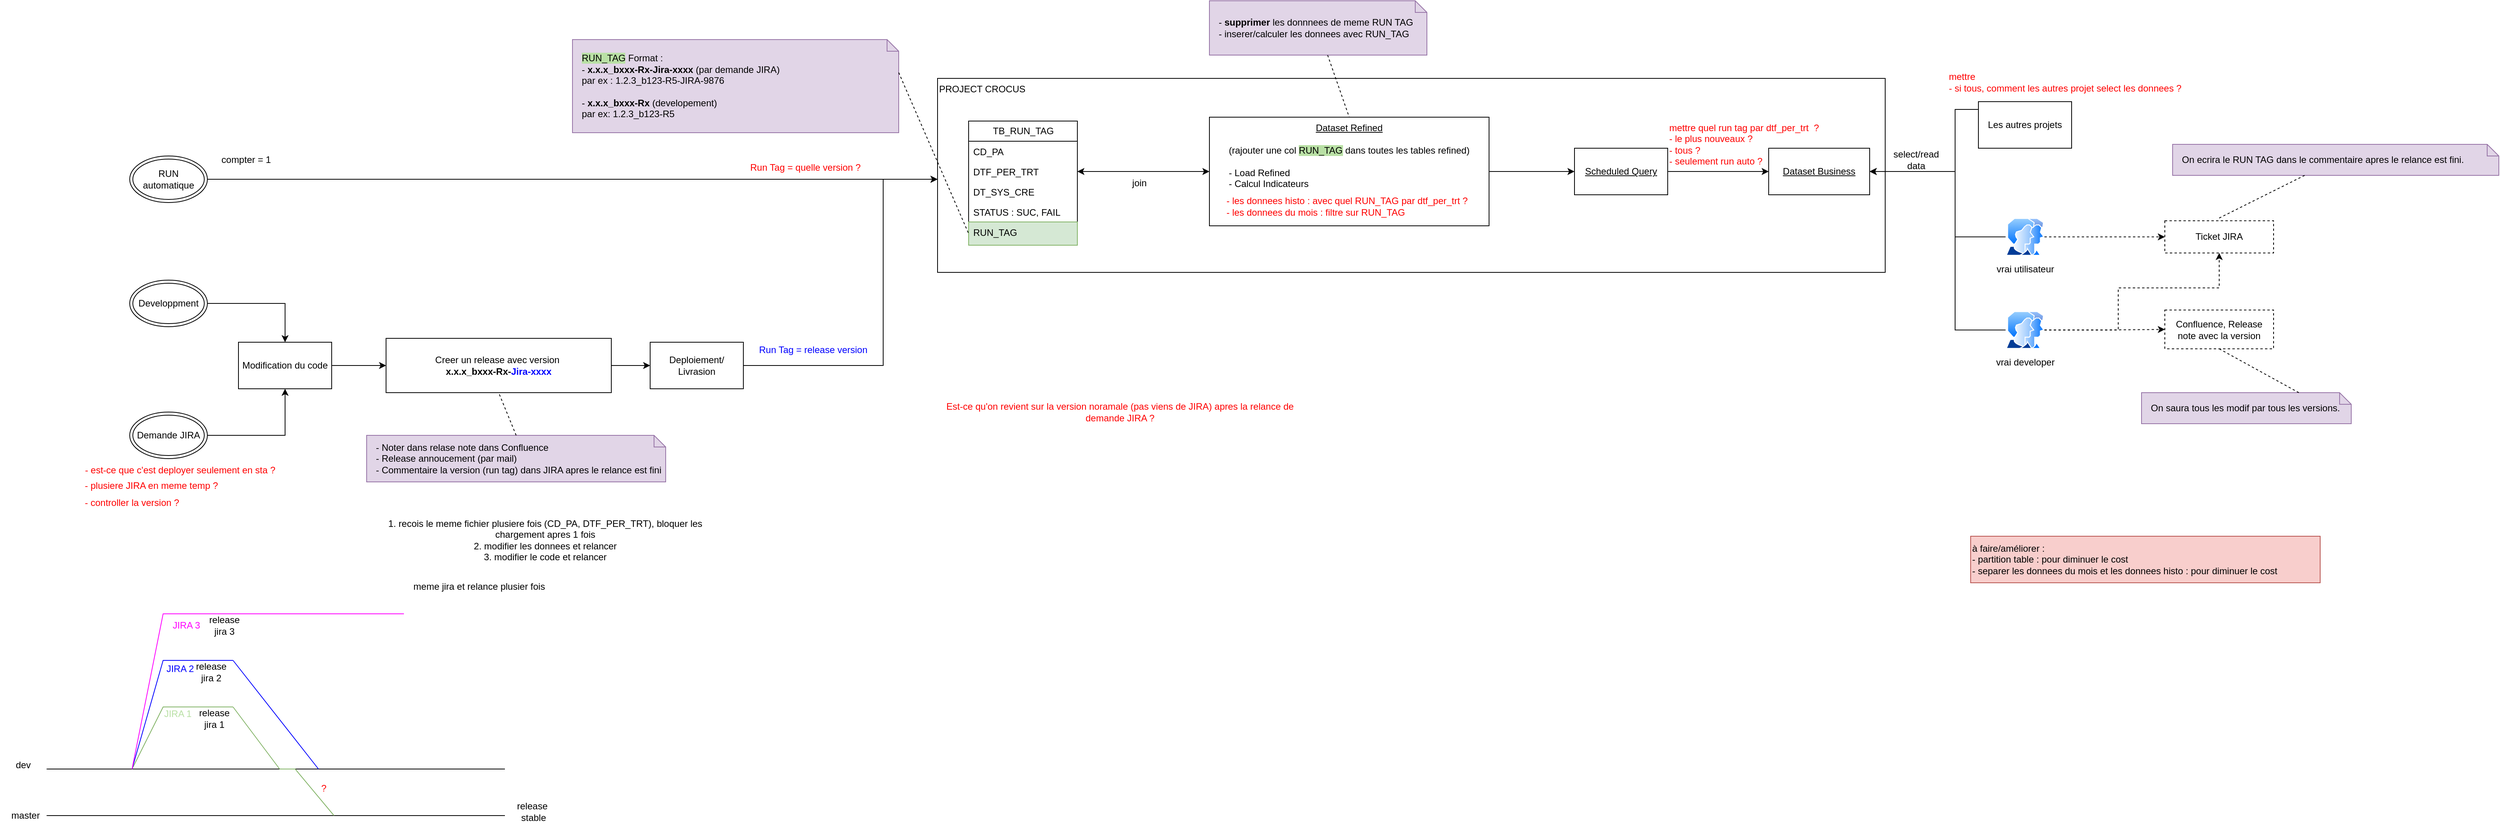
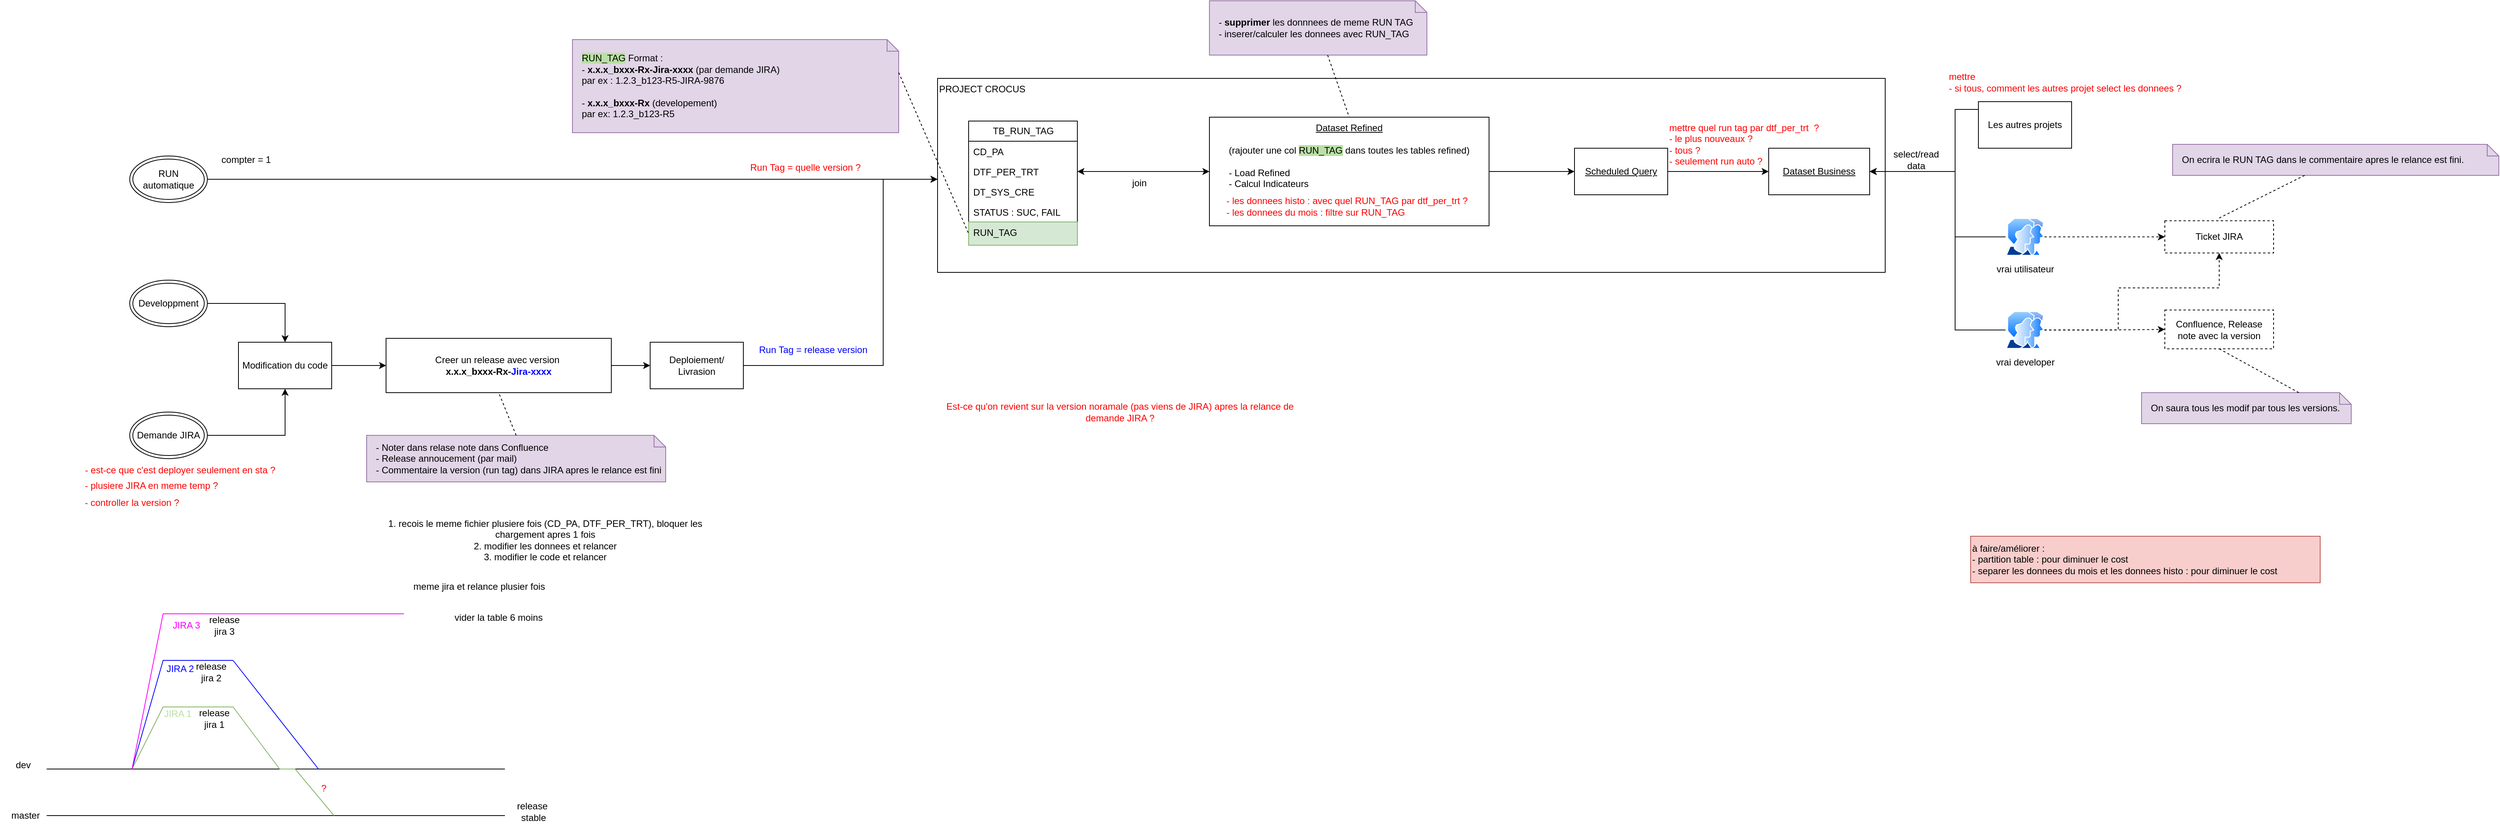
<mxfile host="app.diagrams.net">
  <diagram name="Page-1" id="bEAYSmEDHXBXhFzCy1HB">
-     <mxGraphModel dx="2077" dy="608" grid="1" gridSize="10" guides="1" tooltips="1" connect="1" arrows="1" fold="1" page="1" pageScale="1" pageWidth="827" pageHeight="1169" math="0" shadow="0">
+     <mxGraphModel dx="2481" dy="918" grid="1" gridSize="10" guides="1" tooltips="1" connect="1" arrows="1" fold="1" page="1" pageScale="1" pageWidth="827" pageHeight="1169" math="0" shadow="0">
      <root>
        <mxCell id="0" />
        <mxCell id="1" parent="0" />
        <mxCell id="QUzsFoNl6aFI_2ed8XXq-13" parent="1" style="rounded=0;whiteSpace=wrap;html=1;align=left;verticalAlign=top;" value="PROJECT CROCUS" vertex="1">
          <mxGeometry height="250" width="1220" x="380" y="140" as="geometry" />
        </mxCell>
        <mxCell id="QUzsFoNl6aFI_2ed8XXq-1" parent="1" style="swimlane;fontStyle=0;childLayout=stackLayout;horizontal=1;startSize=26;fillColor=none;horizontalStack=0;resizeParent=1;resizeParentMax=0;resizeLast=0;collapsible=1;marginBottom=0;html=1;" value="TB_RUN_TAG" vertex="1">
          <mxGeometry height="160" width="140" x="420" y="195" as="geometry" />
        </mxCell>
        <mxCell id="QUzsFoNl6aFI_2ed8XXq-2" parent="QUzsFoNl6aFI_2ed8XXq-1" style="text;strokeColor=none;fillColor=none;align=left;verticalAlign=top;spacingLeft=4;spacingRight=4;overflow=hidden;rotatable=0;points=[[0,0.5],[1,0.5]];portConstraint=eastwest;whiteSpace=wrap;html=1;" value="CD_PA" vertex="1">
          <mxGeometry height="26" width="140" y="26" as="geometry" />
        </mxCell>
        <mxCell id="QUzsFoNl6aFI_2ed8XXq-3" parent="QUzsFoNl6aFI_2ed8XXq-1" style="text;strokeColor=none;fillColor=none;align=left;verticalAlign=top;spacingLeft=4;spacingRight=4;overflow=hidden;rotatable=0;points=[[0,0.5],[1,0.5]];portConstraint=eastwest;whiteSpace=wrap;html=1;" value="DTF_PER_TRT" vertex="1">
          <mxGeometry height="26" width="140" y="52" as="geometry" />
        </mxCell>
        <mxCell id="QUzsFoNl6aFI_2ed8XXq-4" parent="QUzsFoNl6aFI_2ed8XXq-1" style="text;strokeColor=none;fillColor=none;align=left;verticalAlign=top;spacingLeft=4;spacingRight=4;overflow=hidden;rotatable=0;points=[[0,0.5],[1,0.5]];portConstraint=eastwest;whiteSpace=wrap;html=1;" value="DT_SYS_CRE" vertex="1">
          <mxGeometry height="26" width="140" y="78" as="geometry" />
        </mxCell>
        <mxCell id="QUzsFoNl6aFI_2ed8XXq-105" parent="QUzsFoNl6aFI_2ed8XXq-1" style="text;strokeColor=none;fillColor=none;align=left;verticalAlign=top;spacingLeft=4;spacingRight=4;overflow=hidden;rotatable=0;points=[[0,0.5],[1,0.5]];portConstraint=eastwest;whiteSpace=wrap;html=1;" value="STATUS : SUC, FAIL" vertex="1">
          <mxGeometry height="26" width="140" y="104" as="geometry" />
        </mxCell>
        <mxCell id="QUzsFoNl6aFI_2ed8XXq-5" parent="QUzsFoNl6aFI_2ed8XXq-1" style="text;strokeColor=#82b366;fillColor=#d5e8d4;align=left;verticalAlign=top;spacingLeft=4;spacingRight=4;overflow=hidden;rotatable=0;points=[[0,0.5],[1,0.5]];portConstraint=eastwest;whiteSpace=wrap;html=1;" value="RUN_TAG" vertex="1">
          <mxGeometry height="30" width="140" y="130" as="geometry" />
        </mxCell>
        <mxCell id="QUzsFoNl6aFI_2ed8XXq-7" parent="1" style="shape=note;size=15;align=left;spacingLeft=10;html=1;whiteSpace=wrap;fillColor=#e1d5e7;strokeColor=#9673a6;" value="&lt;span style=&quot;background-color: rgb(185, 224, 165);&quot;&gt;RUN_TAG&lt;/span&gt; Format :&amp;nbsp;&lt;div&gt;- &lt;b&gt;x.x.x_bxxx-Rx-Jira-xxxx&lt;/b&gt; (par demande JIRA)&amp;nbsp;&lt;/div&gt;&lt;div&gt;par ex : 1.2.3_b123-R5-JIRA-9876&lt;/div&gt;&lt;div&gt;&lt;br&gt;&lt;/div&gt;&lt;div&gt;-&lt;b&gt; x.x.x_bxxx-Rx&lt;/b&gt; (developement)&lt;/div&gt;&lt;div&gt;&lt;span style=&quot;background-color: transparent; color: light-dark(rgb(0, 0, 0), rgb(255, 255, 255));&quot;&gt;par ex: 1.2.3_b123-R5&lt;/span&gt;&lt;/div&gt;" vertex="1">
          <mxGeometry height="120" width="420" x="-90" y="90" as="geometry" />
        </mxCell>
        <mxCell id="QUzsFoNl6aFI_2ed8XXq-8" edge="1" parent="1" source="QUzsFoNl6aFI_2ed8XXq-7" style="edgeStyle=none;endArrow=none;exitX=0;exitY=0;dashed=1;html=1;rounded=0;entryX=0;entryY=0.5;entryDx=0;entryDy=0;exitDx=420;exitDy=42.5;exitPerimeter=0;" target="QUzsFoNl6aFI_2ed8XXq-5" value="">
          <mxGeometry relative="1" x="1" as="geometry">
            <mxPoint x="590" y="660" as="targetPoint" />
          </mxGeometry>
        </mxCell>
        <mxCell id="QUzsFoNl6aFI_2ed8XXq-10" parent="1" style="rounded=0;whiteSpace=wrap;html=1;dashed=1;" value="Confluence, Release note avec la v&lt;span style=&quot;background-color: transparent; color: light-dark(rgb(0, 0, 0), rgb(255, 255, 255));&quot;&gt;ersion&lt;/span&gt;" vertex="1">
          <mxGeometry height="50" width="140" x="1960" y="438.5" as="geometry" />
        </mxCell>
        <mxCell id="QUzsFoNl6aFI_2ed8XXq-11" parent="1" style="rounded=0;whiteSpace=wrap;html=1;dashed=1;" value="Ticket JIRA" vertex="1">
          <mxGeometry height="41.5" width="140" x="1960" y="323.5" as="geometry" />
        </mxCell>
        <mxCell id="QUzsFoNl6aFI_2ed8XXq-42" edge="1" parent="1" source="QUzsFoNl6aFI_2ed8XXq-12" style="edgeStyle=orthogonalEdgeStyle;rounded=0;orthogonalLoop=1;jettySize=auto;html=1;entryX=1;entryY=0.5;entryDx=0;entryDy=0;startArrow=classic;startFill=1;" target="QUzsFoNl6aFI_2ed8XXq-3">
          <mxGeometry relative="1" as="geometry" />
        </mxCell>
        <mxCell id="QUzsFoNl6aFI_2ed8XXq-50" edge="1" parent="1" source="QUzsFoNl6aFI_2ed8XXq-12" style="edgeStyle=orthogonalEdgeStyle;rounded=0;orthogonalLoop=1;jettySize=auto;html=1;" target="QUzsFoNl6aFI_2ed8XXq-46">
          <mxGeometry relative="1" as="geometry">
            <Array as="points" />
          </mxGeometry>
        </mxCell>
        <mxCell id="QUzsFoNl6aFI_2ed8XXq-12" parent="1" style="rounded=0;whiteSpace=wrap;html=1;verticalAlign=top;" value="&lt;u&gt;Dataset Refined&lt;/u&gt;&lt;div&gt;&lt;u&gt;&lt;br&gt;&lt;/u&gt;&lt;div&gt;(rajouter une col &lt;span style=&quot;background-color: rgb(185, 224, 165);&quot;&gt;RUN_TAG&lt;/span&gt;&lt;span&gt; &lt;/span&gt;dans toutes les tables refined)&lt;/div&gt;&lt;div&gt;&lt;br&gt;&lt;/div&gt;&lt;div style=&quot;text-align: left;&quot;&gt;- Load Refined&amp;nbsp; &amp;nbsp; &amp;nbsp; &amp;nbsp;&lt;/div&gt;&lt;div style=&quot;text-align: left;&quot;&gt;- Calcul Indicateurs&lt;/div&gt;&lt;/div&gt;" vertex="1">
          <mxGeometry height="140" width="360" x="730" y="190" as="geometry" />
        </mxCell>
        <mxCell id="QUzsFoNl6aFI_2ed8XXq-27" edge="1" parent="1" source="QUzsFoNl6aFI_2ed8XXq-33" style="edgeStyle=orthogonalEdgeStyle;rounded=0;orthogonalLoop=1;jettySize=auto;html=1;entryX=0.5;entryY=0;entryDx=0;entryDy=0;" target="QUzsFoNl6aFI_2ed8XXq-23">
          <mxGeometry relative="1" as="geometry">
            <mxPoint x="-760" y="325" as="sourcePoint" />
          </mxGeometry>
        </mxCell>
        <mxCell id="QUzsFoNl6aFI_2ed8XXq-29" edge="1" parent="1" source="QUzsFoNl6aFI_2ed8XXq-34" style="edgeStyle=orthogonalEdgeStyle;rounded=0;orthogonalLoop=1;jettySize=auto;html=1;entryX=0.5;entryY=1;entryDx=0;entryDy=0;" target="QUzsFoNl6aFI_2ed8XXq-23">
          <mxGeometry relative="1" as="geometry">
            <mxPoint x="-820" y="785" as="sourcePoint" />
          </mxGeometry>
        </mxCell>
        <mxCell id="QUzsFoNl6aFI_2ed8XXq-19" parent="1" style="text;html=1;whiteSpace=wrap;strokeColor=none;fillColor=none;align=center;verticalAlign=middle;rounded=0;fontColor=#0000FF;" value="&lt;font style=&quot;color: rgb(255, 0, 0);&quot;&gt;Run Tag = quelle version ?&lt;/font&gt;" vertex="1">
          <mxGeometry height="30" width="200" x="110" y="240" as="geometry" />
        </mxCell>
        <mxCell id="QUzsFoNl6aFI_2ed8XXq-28" edge="1" parent="1" source="QUzsFoNl6aFI_2ed8XXq-23" style="edgeStyle=orthogonalEdgeStyle;rounded=0;orthogonalLoop=1;jettySize=auto;html=1;" target="QUzsFoNl6aFI_2ed8XXq-25">
          <mxGeometry relative="1" as="geometry" />
        </mxCell>
        <mxCell id="QUzsFoNl6aFI_2ed8XXq-23" parent="1" style="rounded=0;whiteSpace=wrap;html=1;" value="Modification du code" vertex="1">
          <mxGeometry height="60" width="120" x="-520" y="480" as="geometry" />
        </mxCell>
        <mxCell id="QUzsFoNl6aFI_2ed8XXq-31" edge="1" parent="1" source="QUzsFoNl6aFI_2ed8XXq-24" style="edgeStyle=orthogonalEdgeStyle;rounded=0;orthogonalLoop=1;jettySize=auto;html=1;" target="QUzsFoNl6aFI_2ed8XXq-13">
          <mxGeometry relative="1" as="geometry">
            <Array as="points">
              <mxPoint x="310" y="510" />
              <mxPoint x="310" y="270" />
            </Array>
          </mxGeometry>
        </mxCell>
        <mxCell id="QUzsFoNl6aFI_2ed8XXq-24" parent="1" style="rounded=0;whiteSpace=wrap;html=1;" value="Deploiement/ Livrasion" vertex="1">
          <mxGeometry height="60" width="120" x="10" y="480" as="geometry" />
        </mxCell>
        <mxCell id="QUzsFoNl6aFI_2ed8XXq-30" edge="1" parent="1" source="QUzsFoNl6aFI_2ed8XXq-25" style="edgeStyle=orthogonalEdgeStyle;rounded=0;orthogonalLoop=1;jettySize=auto;html=1;entryX=0;entryY=0.5;entryDx=0;entryDy=0;" target="QUzsFoNl6aFI_2ed8XXq-24">
          <mxGeometry relative="1" as="geometry" />
        </mxCell>
        <mxCell id="QUzsFoNl6aFI_2ed8XXq-25" parent="1" style="rounded=0;whiteSpace=wrap;html=1;" value="Creer un release avec version&amp;nbsp;&lt;div&gt;&lt;span style=&quot;text-align: left;&quot;&gt;&lt;b&gt;x.x.x_bxxx-Rx-&lt;font style=&quot;color: rgb(0, 0, 255);&quot;&gt;Jira-xxxx&lt;/font&gt;&lt;/b&gt;&lt;/span&gt;&lt;/div&gt;" vertex="1">
          <mxGeometry height="70" width="290" x="-330" y="475" as="geometry" />
        </mxCell>
        <mxCell id="QUzsFoNl6aFI_2ed8XXq-33" parent="1" style="ellipse;shape=doubleEllipse;whiteSpace=wrap;html=1;" value="Developpment" vertex="1">
          <mxGeometry height="60" width="100" x="-660" y="400" as="geometry" />
        </mxCell>
        <mxCell id="QUzsFoNl6aFI_2ed8XXq-34" parent="1" style="ellipse;shape=doubleEllipse;whiteSpace=wrap;html=1;" value="Demande JIRA" vertex="1">
          <mxGeometry height="60" width="100" x="-660" y="570" as="geometry" />
        </mxCell>
        <mxCell id="QUzsFoNl6aFI_2ed8XXq-36" edge="1" parent="1" source="QUzsFoNl6aFI_2ed8XXq-35" style="edgeStyle=orthogonalEdgeStyle;rounded=0;orthogonalLoop=1;jettySize=auto;html=1;" target="QUzsFoNl6aFI_2ed8XXq-13">
          <mxGeometry relative="1" as="geometry">
            <Array as="points">
              <mxPoint x="40" y="270" />
              <mxPoint x="40" y="270" />
            </Array>
          </mxGeometry>
        </mxCell>
        <mxCell id="QUzsFoNl6aFI_2ed8XXq-35" parent="1" style="ellipse;shape=doubleEllipse;whiteSpace=wrap;html=1;" value="RUN automatique" vertex="1">
          <mxGeometry height="60" width="100" x="-660" y="240" as="geometry" />
        </mxCell>
        <mxCell id="QUzsFoNl6aFI_2ed8XXq-37" parent="1" style="text;html=1;whiteSpace=wrap;strokeColor=none;fillColor=none;align=center;verticalAlign=middle;rounded=0;fontColor=#0000FF;" value="Run Tag = release version" vertex="1">
          <mxGeometry height="30" width="200" x="120" y="475" as="geometry" />
        </mxCell>
        <mxCell id="QUzsFoNl6aFI_2ed8XXq-38" parent="1" style="shape=note;size=15;align=left;spacingLeft=10;html=1;whiteSpace=wrap;fillColor=#e1d5e7;strokeColor=#9673a6;" value="- Noter dans relase note dans Confluence&lt;div&gt;- Release annoucement (par mail)&lt;/div&gt;&lt;div&gt;- Commentaire la version (run tag) dans JIRA apres le relance est fini&lt;/div&gt;" vertex="1">
          <mxGeometry height="60" width="385" x="-355" y="600" as="geometry" />
        </mxCell>
        <mxCell id="QUzsFoNl6aFI_2ed8XXq-39" edge="1" parent="1" source="QUzsFoNl6aFI_2ed8XXq-38" style="edgeStyle=none;endArrow=none;exitX=0.5;exitY=0;dashed=1;html=1;rounded=0;entryX=0.5;entryY=1;entryDx=0;entryDy=0;exitDx=0;exitDy=0;exitPerimeter=0;" target="QUzsFoNl6aFI_2ed8XXq-25" value="">
          <mxGeometry relative="1" x="1" as="geometry">
            <mxPoint x="710" y="660" as="sourcePoint" />
            <mxPoint x="762" y="510" as="targetPoint" />
          </mxGeometry>
        </mxCell>
        <mxCell id="QUzsFoNl6aFI_2ed8XXq-40" parent="1" style="shape=note;size=15;align=left;spacingLeft=10;html=1;whiteSpace=wrap;fillColor=#e1d5e7;strokeColor=#9673a6;" value="- &lt;b&gt;supprimer &lt;/b&gt;les donnnees de meme RUN TAG&lt;div&gt;- inserer/calculer les donnees avec RUN_TAG&lt;/div&gt;" vertex="1">
          <mxGeometry height="70" width="280" x="730" y="40" as="geometry" />
        </mxCell>
        <mxCell id="QUzsFoNl6aFI_2ed8XXq-41" edge="1" parent="1" source="QUzsFoNl6aFI_2ed8XXq-40" style="edgeStyle=none;endArrow=none;dashed=1;html=1;rounded=0;entryX=0.5;entryY=0;entryDx=0;entryDy=0;" target="QUzsFoNl6aFI_2ed8XXq-12" value="">
          <mxGeometry relative="1" x="1" as="geometry">
            <mxPoint x="720" y="650" as="sourcePoint" />
            <mxPoint x="772" y="500" as="targetPoint" />
          </mxGeometry>
        </mxCell>
        <mxCell id="QUzsFoNl6aFI_2ed8XXq-43" parent="1" style="text;html=1;whiteSpace=wrap;strokeColor=none;fillColor=none;align=left;verticalAlign=middle;rounded=0;" value="&lt;font style=&quot;color: rgb(255, 0, 0);&quot;&gt;- les donnees histo : avec quel RUN_TAG par dtf_per_trt ?&lt;/font&gt;&lt;div&gt;&lt;font style=&quot;color: rgb(255, 0, 0);&quot;&gt;- les donnees du mois : f&lt;/font&gt;&lt;span style=&quot;color: light-dark(rgb(255, 0, 0), rgb(255, 144, 144)); background-color: transparent;&quot;&gt;iltre sur RUN_TAG&lt;/span&gt;&lt;/div&gt;" vertex="1">
          <mxGeometry height="30" width="330" x="750" y="290" as="geometry" />
        </mxCell>
        <mxCell id="QUzsFoNl6aFI_2ed8XXq-45" parent="1" style="rounded=0;whiteSpace=wrap;html=1;" value="&lt;u&gt;Dataset Business&lt;/u&gt;" vertex="1">
          <mxGeometry height="60" width="130" x="1450" y="230" as="geometry" />
        </mxCell>
        <mxCell id="QUzsFoNl6aFI_2ed8XXq-48" edge="1" parent="1" source="QUzsFoNl6aFI_2ed8XXq-46" style="edgeStyle=orthogonalEdgeStyle;rounded=0;orthogonalLoop=1;jettySize=auto;html=1;" target="QUzsFoNl6aFI_2ed8XXq-45">
          <mxGeometry relative="1" as="geometry" />
        </mxCell>
        <mxCell id="QUzsFoNl6aFI_2ed8XXq-46" parent="1" style="rounded=0;whiteSpace=wrap;html=1;" value="&lt;u&gt;Scheduled Query&lt;/u&gt;" vertex="1">
          <mxGeometry height="60" width="120" x="1200" y="230" as="geometry" />
        </mxCell>
        <mxCell id="QUzsFoNl6aFI_2ed8XXq-51" parent="1" style="text;html=1;whiteSpace=wrap;strokeColor=none;fillColor=none;align=left;verticalAlign=middle;rounded=0;fontColor=#FF0000;" value="mettre quel run tag par dtf_per_trt&amp;nbsp;&amp;nbsp;?&amp;nbsp;&lt;div&gt;- le plus nouveaux ?&lt;/div&gt;&lt;div&gt;- tous ?&lt;/div&gt;&lt;div&gt;- seulement run auto ?&lt;/div&gt;" vertex="1">
          <mxGeometry height="30" width="370" x="1320" y="210" as="geometry" />
        </mxCell>
        <mxCell id="QUzsFoNl6aFI_2ed8XXq-59" edge="1" parent="1" source="QUzsFoNl6aFI_2ed8XXq-52" style="edgeStyle=orthogonalEdgeStyle;rounded=0;orthogonalLoop=1;jettySize=auto;html=1;entryX=1;entryY=0.5;entryDx=0;entryDy=0;" target="QUzsFoNl6aFI_2ed8XXq-45">
          <mxGeometry relative="1" as="geometry">
            <Array as="points">
              <mxPoint x="1690" y="180" />
              <mxPoint x="1690" y="260" />
            </Array>
          </mxGeometry>
        </mxCell>
        <mxCell id="QUzsFoNl6aFI_2ed8XXq-52" parent="1" style="rounded=0;whiteSpace=wrap;html=1;" value="Les autres projets" vertex="1">
          <mxGeometry height="60" width="120" x="1720" y="170" as="geometry" />
        </mxCell>
        <mxCell id="QUzsFoNl6aFI_2ed8XXq-58" edge="1" parent="1" source="QUzsFoNl6aFI_2ed8XXq-57" style="edgeStyle=orthogonalEdgeStyle;rounded=0;orthogonalLoop=1;jettySize=auto;html=1;entryX=1;entryY=0.5;entryDx=0;entryDy=0;" target="QUzsFoNl6aFI_2ed8XXq-45">
          <mxGeometry relative="1" as="geometry">
            <Array as="points">
              <mxPoint x="1690" y="344" />
              <mxPoint x="1690" y="260" />
            </Array>
          </mxGeometry>
        </mxCell>
        <mxCell id="QUzsFoNl6aFI_2ed8XXq-65" edge="1" parent="1" source="QUzsFoNl6aFI_2ed8XXq-57" style="edgeStyle=orthogonalEdgeStyle;rounded=0;orthogonalLoop=1;jettySize=auto;html=1;dashed=1;" target="QUzsFoNl6aFI_2ed8XXq-11">
          <mxGeometry relative="1" as="geometry" />
        </mxCell>
        <mxCell id="QUzsFoNl6aFI_2ed8XXq-57" parent="1" style="image;aspect=fixed;perimeter=ellipsePerimeter;html=1;align=center;shadow=0;dashed=0;spacingTop=3;image=img/lib/active_directory/user_accounts.svg;" value="vrai utilisateur" vertex="1">
          <mxGeometry height="48.5" width="50" x="1755" y="320" as="geometry" />
        </mxCell>
        <mxCell id="QUzsFoNl6aFI_2ed8XXq-60" parent="1" style="text;html=1;whiteSpace=wrap;strokeColor=none;fillColor=none;align=center;verticalAlign=middle;rounded=0;" value="select/read data" vertex="1">
          <mxGeometry height="30" width="60" x="1610" y="230" as="geometry" />
        </mxCell>
        <mxCell id="QUzsFoNl6aFI_2ed8XXq-63" edge="1" parent="1" source="QUzsFoNl6aFI_2ed8XXq-62" style="edgeStyle=orthogonalEdgeStyle;rounded=0;orthogonalLoop=1;jettySize=auto;html=1;entryX=1;entryY=0.5;entryDx=0;entryDy=0;" target="QUzsFoNl6aFI_2ed8XXq-45">
          <mxGeometry relative="1" as="geometry">
            <Array as="points">
              <mxPoint x="1690" y="464" />
              <mxPoint x="1690" y="260" />
            </Array>
          </mxGeometry>
        </mxCell>
        <mxCell id="QUzsFoNl6aFI_2ed8XXq-66" edge="1" parent="1" source="QUzsFoNl6aFI_2ed8XXq-62" style="edgeStyle=orthogonalEdgeStyle;rounded=0;orthogonalLoop=1;jettySize=auto;html=1;dashed=1;" target="QUzsFoNl6aFI_2ed8XXq-10">
          <mxGeometry relative="1" as="geometry" />
        </mxCell>
        <mxCell id="QUzsFoNl6aFI_2ed8XXq-68" edge="1" parent="1" source="QUzsFoNl6aFI_2ed8XXq-62" style="edgeStyle=orthogonalEdgeStyle;rounded=0;orthogonalLoop=1;jettySize=auto;html=1;entryX=0.5;entryY=1;entryDx=0;entryDy=0;dashed=1;" target="QUzsFoNl6aFI_2ed8XXq-11">
          <mxGeometry relative="1" as="geometry">
            <Array as="points">
              <mxPoint x="1900" y="464" />
              <mxPoint x="1900" y="410" />
              <mxPoint x="2030" y="410" />
            </Array>
          </mxGeometry>
        </mxCell>
        <mxCell id="QUzsFoNl6aFI_2ed8XXq-62" parent="1" style="image;aspect=fixed;perimeter=ellipsePerimeter;html=1;align=center;shadow=0;dashed=0;spacingTop=3;image=img/lib/active_directory/user_accounts.svg;" value="vrai developer" vertex="1">
          <mxGeometry height="48.5" width="50" x="1755" y="440" as="geometry" />
        </mxCell>
        <mxCell id="QUzsFoNl6aFI_2ed8XXq-69" parent="1" style="shape=note;size=15;align=left;spacingLeft=10;html=1;whiteSpace=wrap;fillColor=#e1d5e7;strokeColor=#9673a6;" value="On ecrira le RUN TAG dans le commentaire apres le relance est fini." vertex="1">
          <mxGeometry height="40" width="420" x="1970" y="225" as="geometry" />
        </mxCell>
        <mxCell id="QUzsFoNl6aFI_2ed8XXq-70" edge="1" parent="1" source="QUzsFoNl6aFI_2ed8XXq-69" style="edgeStyle=none;endArrow=none;dashed=1;html=1;rounded=0;" value="">
          <mxGeometry relative="1" x="1" as="geometry">
            <mxPoint x="970" y="210" as="sourcePoint" />
            <mxPoint x="2030" y="320" as="targetPoint" />
          </mxGeometry>
        </mxCell>
        <mxCell id="QUzsFoNl6aFI_2ed8XXq-71" parent="1" style="shape=note;size=15;align=left;spacingLeft=10;html=1;whiteSpace=wrap;fillColor=#e1d5e7;strokeColor=#9673a6;" value="On saura tous les modif par tous les versions." vertex="1">
          <mxGeometry height="40" width="270" x="1930" y="545" as="geometry" />
        </mxCell>
        <mxCell id="QUzsFoNl6aFI_2ed8XXq-72" edge="1" parent="1" source="QUzsFoNl6aFI_2ed8XXq-71" style="edgeStyle=none;endArrow=none;dashed=1;html=1;rounded=0;entryX=0.5;entryY=1;entryDx=0;entryDy=0;exitX=0;exitY=0;exitDx=202.5;exitDy=0;exitPerimeter=0;" target="QUzsFoNl6aFI_2ed8XXq-10" value="">
          <mxGeometry relative="1" x="1" as="geometry">
            <mxPoint x="2180" y="470" as="sourcePoint" />
            <mxPoint x="2070" y="525" as="targetPoint" />
          </mxGeometry>
        </mxCell>
        <mxCell id="QUzsFoNl6aFI_2ed8XXq-73" parent="1" style="text;html=1;whiteSpace=wrap;strokeColor=none;fillColor=none;align=left;verticalAlign=middle;rounded=0;fontColor=#FF0000;" value="mettre&amp;nbsp;&lt;div&gt;&lt;span style=&quot;background-color: transparent; color: light-dark(rgb(255, 0, 0), rgb(255, 144, 144));&quot;&gt;- si tous, comment les autres projet select les donnees ?&lt;/span&gt;&lt;/div&gt;" vertex="1">
          <mxGeometry height="30" width="370" x="1680" y="130" as="geometry" />
        </mxCell>
        <mxCell id="QUzsFoNl6aFI_2ed8XXq-74" parent="1" style="rounded=0;whiteSpace=wrap;html=1;align=left;fillColor=#f8cecc;strokeColor=#b85450;" value="à faire/améliorer :&lt;div&gt;- partition table : pour diminuer le cost&lt;/div&gt;&lt;div&gt;- separer les donnees du mois et les donnees histo&amp;nbsp;&lt;span style=&quot;background-color: transparent; color: light-dark(rgb(0, 0, 0), rgb(255, 255, 255));&quot;&gt;: pour diminuer le cost&lt;/span&gt;&lt;/div&gt;" vertex="1">
          <mxGeometry height="60" width="450" x="1710" y="730" as="geometry" />
        </mxCell>
        <mxCell id="QUzsFoNl6aFI_2ed8XXq-76" parent="1" style="text;html=1;whiteSpace=wrap;strokeColor=none;fillColor=none;align=center;verticalAlign=middle;rounded=0;" value="join" vertex="1">
          <mxGeometry height="30" width="60" x="610" y="260" as="geometry" />
        </mxCell>
        <mxCell id="QUzsFoNl6aFI_2ed8XXq-77" parent="1" style="text;html=1;whiteSpace=wrap;strokeColor=none;fillColor=none;align=center;verticalAlign=middle;rounded=0;fontColor=#FF0000;" value="Est-ce qu&#39;on revient sur la version noramale (pas viens de JIRA) apres la relance de demande JIRA ?" vertex="1">
          <mxGeometry height="30" width="470" x="380" y="555" as="geometry" />
        </mxCell>
        <mxCell id="QUzsFoNl6aFI_2ed8XXq-78" parent="1" style="text;html=1;whiteSpace=wrap;strokeColor=none;fillColor=none;align=center;verticalAlign=middle;rounded=0;fontColor=#FF0000;" value="- est-ce que c&#39;est deployer seulement en sta ?" vertex="1">
          <mxGeometry height="30" width="290" x="-740" y="630" as="geometry" />
        </mxCell>
        <mxCell id="QUzsFoNl6aFI_2ed8XXq-79" parent="1" style="text;html=1;whiteSpace=wrap;strokeColor=none;fillColor=none;align=center;verticalAlign=middle;rounded=0;fontColor=#FF0000;" value="- plusiere JIRA en meme temp ?" vertex="1">
          <mxGeometry height="30" width="290" x="-777" y="650" as="geometry" />
        </mxCell>
        <mxCell id="QUzsFoNl6aFI_2ed8XXq-80" parent="1" style="text;html=1;whiteSpace=wrap;strokeColor=none;fillColor=none;align=center;verticalAlign=middle;rounded=0;fontColor=#FF0000;" value="- controller la version ?" vertex="1">
          <mxGeometry height="30" width="290" x="-802" y="672" as="geometry" />
        </mxCell>
        <mxCell id="QUzsFoNl6aFI_2ed8XXq-81" edge="1" parent="1" style="endArrow=none;html=1;rounded=0;" value="">
          <mxGeometry height="50" relative="1" width="50" as="geometry">
            <mxPoint x="-767" y="1030" as="sourcePoint" />
            <mxPoint x="-177" y="1030" as="targetPoint" />
          </mxGeometry>
        </mxCell>
        <mxCell id="QUzsFoNl6aFI_2ed8XXq-83" edge="1" parent="1" style="endArrow=none;html=1;rounded=0;fillColor=#d5e8d4;strokeColor=#82b366;" value="">
          <mxGeometry height="50" relative="1" width="50" as="geometry">
            <Array as="points">
              <mxPoint x="-617" y="950" />
            </Array>
            <mxPoint x="-657" y="1030" as="sourcePoint" />
            <mxPoint x="-527" y="950" as="targetPoint" />
          </mxGeometry>
        </mxCell>
        <mxCell id="QUzsFoNl6aFI_2ed8XXq-84" parent="1" style="text;html=1;whiteSpace=wrap;strokeColor=none;fillColor=none;align=center;verticalAlign=middle;rounded=0;" value="dev" vertex="1">
          <mxGeometry height="30" width="60" x="-827" y="1010" as="geometry" />
        </mxCell>
        <mxCell id="QUzsFoNl6aFI_2ed8XXq-85" edge="1" parent="1" style="endArrow=none;html=1;rounded=0;strokeColor=#0000FF;" value="">
          <mxGeometry height="50" relative="1" width="50" as="geometry">
            <Array as="points">
              <mxPoint x="-617" y="890" />
            </Array>
            <mxPoint x="-657" y="1030" as="sourcePoint" />
            <mxPoint x="-527" y="890" as="targetPoint" />
          </mxGeometry>
        </mxCell>
        <mxCell id="QUzsFoNl6aFI_2ed8XXq-86" edge="1" parent="1" style="endArrow=none;html=1;rounded=0;strokeColor=#FF00FF;" value="">
          <mxGeometry height="50" relative="1" width="50" as="geometry">
            <Array as="points">
              <mxPoint x="-617" y="830" />
            </Array>
            <mxPoint x="-657" y="1030" as="sourcePoint" />
            <mxPoint x="-307" y="830" as="targetPoint" />
          </mxGeometry>
        </mxCell>
        <mxCell id="QUzsFoNl6aFI_2ed8XXq-87" parent="1" style="text;html=1;whiteSpace=wrap;strokeColor=none;fillColor=none;align=center;verticalAlign=middle;rounded=0;fontColor=#B9E0A5;" value="JIRA 1" vertex="1">
          <mxGeometry height="30" width="60" x="-628" y="944" as="geometry" />
        </mxCell>
        <mxCell id="QUzsFoNl6aFI_2ed8XXq-88" parent="1" style="text;html=1;whiteSpace=wrap;strokeColor=none;fillColor=none;align=center;verticalAlign=middle;rounded=0;fontColor=#0000FF;" value="JIRA 2" vertex="1">
          <mxGeometry height="30" width="60" x="-625" y="886" as="geometry" />
        </mxCell>
        <mxCell id="QUzsFoNl6aFI_2ed8XXq-89" parent="1" style="text;html=1;whiteSpace=wrap;strokeColor=none;fillColor=none;align=center;verticalAlign=middle;rounded=0;fontColor=#FF00FF;" value="JIRA 3" vertex="1">
          <mxGeometry height="30" width="60" x="-617" y="830" as="geometry" />
        </mxCell>
        <mxCell id="QUzsFoNl6aFI_2ed8XXq-90" edge="1" parent="1" style="endArrow=none;html=1;rounded=0;" value="">
          <mxGeometry height="50" relative="1" width="50" as="geometry">
            <mxPoint x="-767" y="1090" as="sourcePoint" />
            <mxPoint x="-177" y="1090" as="targetPoint" />
          </mxGeometry>
        </mxCell>
        <mxCell id="QUzsFoNl6aFI_2ed8XXq-91" parent="1" style="text;html=1;whiteSpace=wrap;strokeColor=none;fillColor=none;align=center;verticalAlign=middle;rounded=0;" value="master" vertex="1">
          <mxGeometry height="30" width="60" x="-824" y="1075" as="geometry" />
        </mxCell>
        <mxCell id="QUzsFoNl6aFI_2ed8XXq-92" edge="1" parent="1" style="endArrow=none;html=1;rounded=0;fillColor=#d5e8d4;strokeColor=#82b366;" value="">
          <mxGeometry height="50" relative="1" width="50" as="geometry">
            <mxPoint x="-527" y="950" as="sourcePoint" />
            <mxPoint x="-467" y="1030" as="targetPoint" />
          </mxGeometry>
        </mxCell>
        <mxCell id="QUzsFoNl6aFI_2ed8XXq-94" edge="1" parent="1" style="endArrow=none;html=1;rounded=0;strokeColor=#0000FF;" value="">
          <mxGeometry height="50" relative="1" width="50" as="geometry">
            <mxPoint x="-527" y="890" as="sourcePoint" />
            <mxPoint x="-417" y="1030" as="targetPoint" />
          </mxGeometry>
        </mxCell>
        <mxCell id="QUzsFoNl6aFI_2ed8XXq-95" edge="1" parent="1" style="endArrow=none;html=1;rounded=0;fillColor=#d5e8d4;strokeColor=#82b366;" value="">
          <mxGeometry height="50" relative="1" width="50" as="geometry">
            <mxPoint x="-447" y="1030" as="sourcePoint" />
            <mxPoint x="-397" y="1090" as="targetPoint" />
          </mxGeometry>
        </mxCell>
        <mxCell id="QUzsFoNl6aFI_2ed8XXq-96" edge="1" parent="1" style="endArrow=none;html=1;rounded=0;fillColor=#d5e8d4;strokeColor=#82b366;" value="">
          <mxGeometry height="50" relative="1" width="50" as="geometry">
            <mxPoint x="-467" y="1030" as="sourcePoint" />
            <mxPoint x="-447" y="1030" as="targetPoint" />
          </mxGeometry>
        </mxCell>
        <mxCell id="QUzsFoNl6aFI_2ed8XXq-98" parent="1" style="text;html=1;whiteSpace=wrap;strokeColor=none;fillColor=none;align=center;verticalAlign=middle;rounded=0;" value="release jira 2" vertex="1">
          <mxGeometry height="30" width="60" x="-585" y="890" as="geometry" />
        </mxCell>
        <mxCell id="QUzsFoNl6aFI_2ed8XXq-99" parent="1" style="text;html=1;whiteSpace=wrap;strokeColor=none;fillColor=none;align=center;verticalAlign=middle;rounded=0;" value="release jira 1" vertex="1">
          <mxGeometry height="30" width="60" x="-581" y="950" as="geometry" />
        </mxCell>
        <mxCell id="QUzsFoNl6aFI_2ed8XXq-100" parent="1" style="text;html=1;whiteSpace=wrap;strokeColor=none;fillColor=none;align=center;verticalAlign=middle;rounded=0;" value="release jira 3" vertex="1">
          <mxGeometry height="30" width="60" x="-568" y="830" as="geometry" />
        </mxCell>
        <mxCell id="QUzsFoNl6aFI_2ed8XXq-101" parent="1" style="text;html=1;whiteSpace=wrap;strokeColor=none;fillColor=none;align=center;verticalAlign=middle;rounded=0;" value="release&amp;nbsp; stable" vertex="1">
          <mxGeometry height="30" width="60" x="-170" y="1070" as="geometry" />
        </mxCell>
        <mxCell id="QUzsFoNl6aFI_2ed8XXq-103" parent="1" style="text;html=1;whiteSpace=wrap;strokeColor=none;fillColor=none;align=center;verticalAlign=middle;rounded=0;fontColor=#FF0000;" value="?" vertex="1">
          <mxGeometry height="30" width="60" x="-440" y="1040" as="geometry" />
        </mxCell>
        <mxCell id="QUzsFoNl6aFI_2ed8XXq-104" parent="1" style="text;html=1;whiteSpace=wrap;strokeColor=none;fillColor=none;align=center;verticalAlign=middle;rounded=0;" value="compter = 1" vertex="1">
          <mxGeometry height="30" width="100" x="-560" y="230" as="geometry" />
        </mxCell>
        <mxCell id="QUzsFoNl6aFI_2ed8XXq-106" parent="1" style="text;html=1;whiteSpace=wrap;strokeColor=none;fillColor=none;align=center;verticalAlign=middle;rounded=0;" value="1. recois le meme fichier plusiere fois (CD_PA, DTF_PER_TRT), bloquer les chargement apres 1 fois&lt;div&gt;2. modifier les donnees et relancer&lt;/div&gt;&lt;div&gt;3. modifier le code et relancer&lt;/div&gt;" vertex="1">
          <mxGeometry height="30" width="470" x="-360" y="720" as="geometry" />
        </mxCell>
        <mxCell id="QUzsFoNl6aFI_2ed8XXq-107" parent="1" style="text;html=1;whiteSpace=wrap;strokeColor=none;fillColor=none;align=center;verticalAlign=middle;rounded=0;" value="meme jira et relance plusier fois" vertex="1">
          <mxGeometry height="30" width="240" x="-330" y="780" as="geometry" />
        </mxCell>
+         <mxCell id="QUzsFoNl6aFI_2ed8XXq-108" parent="1" style="text;html=1;whiteSpace=wrap;strokeColor=none;fillColor=none;align=center;verticalAlign=middle;rounded=0;" value="vider la table 6 moins" vertex="1">
+           <mxGeometry height="30" width="170" x="-270" y="820" as="geometry" />
+         </mxCell>
      </root>
    </mxGraphModel>
  </diagram>
</mxfile>
